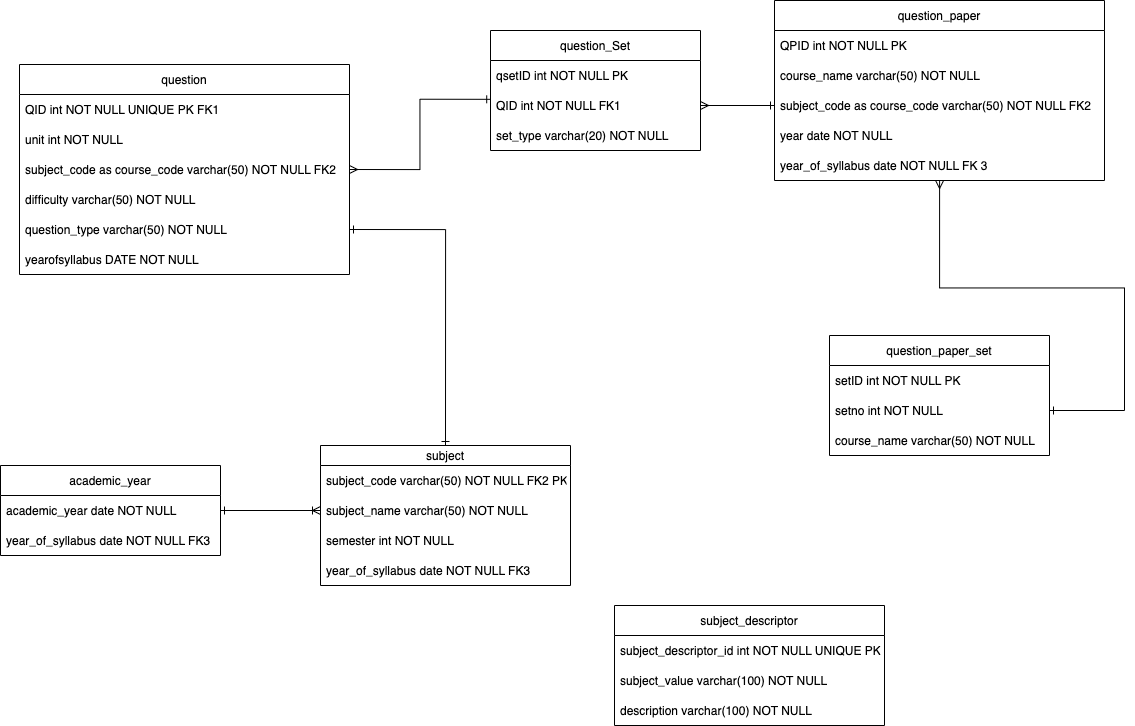
Above: erd/paper generator ERD.drawio.png in RayyanHunerkar/question-paper-generator (draw.io), before the change. Source tidied: cells renumbered, new cells last; positions are measured from the earlier drawing's top-left corner, leaving out a move shared by most shapes.
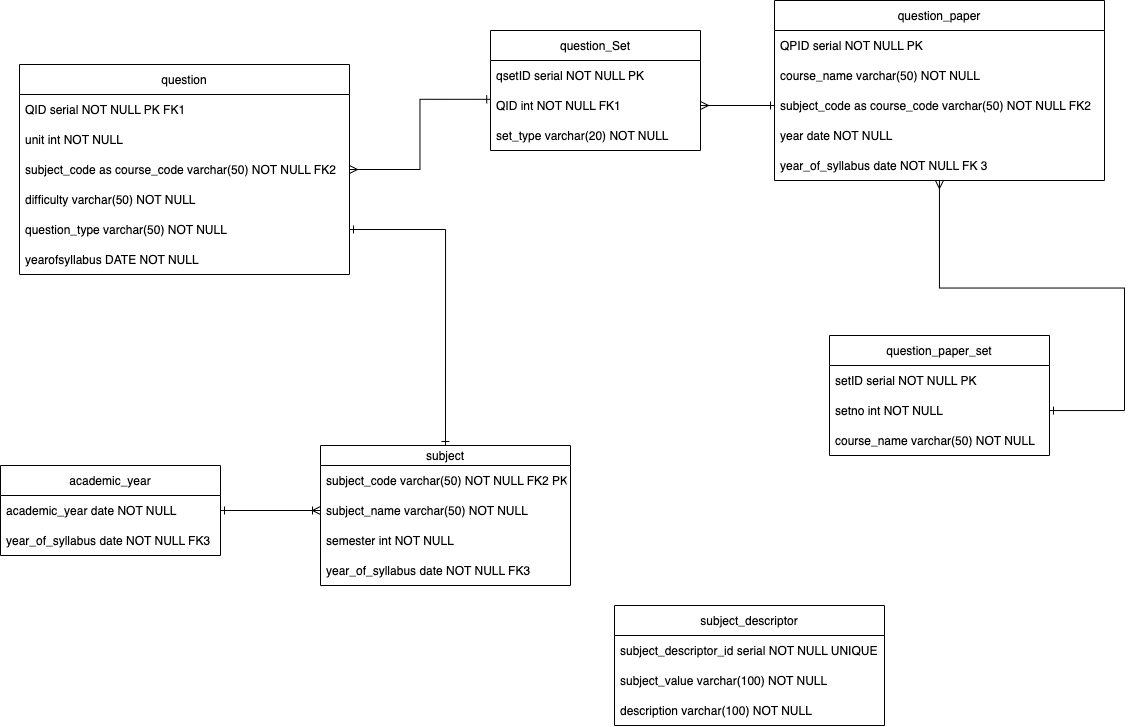
Above is the later version.

What changed in the source:
```diff
@@ -5,7 +5,7 @@
     <mxCell id="2" value="question" style="swimlane;fontStyle=0;horizontal=1;startSize=30;" parent="1" vertex="1">
       <mxGeometry x="19" y="64" width="330" height="210" as="geometry" />
     </mxCell>
-    <mxCell id="3" value="QID int NOT NULL UNIQUE PK FK1 " style="text;strokeColor=none;fillColor=none;align=left;verticalAlign=middle;spacingLeft=4;spacingRight=4;overflow=hidden;" parent="2" vertex="1">
+    <mxCell id="3" value="QID serial NOT NULL PK FK1 " style="text;strokeColor=none;fillColor=none;align=left;verticalAlign=middle;spacingLeft=4;spacingRight=4;overflow=hidden;" parent="2" vertex="1">
       <mxGeometry y="30" width="330" height="30" as="geometry" />
     </mxCell>
     <mxCell id="4" value="unit int NOT NULL" style="text;strokeColor=none;fillColor=none;align=left;verticalAlign=middle;spacingLeft=4;spacingRight=4;overflow=hidden;" parent="2" vertex="1">
@@ -32,7 +32,7 @@
     <mxCell id="11" value="question_paper" style="swimlane;fontStyle=0;horizontal=1;startSize=30;" parent="1" vertex="1">
       <mxGeometry x="774" width="330" height="180" as="geometry" />
     </mxCell>
-    <mxCell id="12" value="QPID int NOT NULL PK" style="text;strokeColor=none;fillColor=none;align=left;verticalAlign=middle;spacingLeft=4;spacingRight=4;overflow=hidden;" parent="11" vertex="1">
+    <mxCell id="12" value="QPID serial NOT NULL PK" style="text;strokeColor=none;fillColor=none;align=left;verticalAlign=middle;spacingLeft=4;spacingRight=4;overflow=hidden;" parent="11" vertex="1">
       <mxGeometry y="30" width="330" height="30" as="geometry" />
     </mxCell>
     <mxCell id="13" value="course_name varchar(50) NOT NULL" style="text;strokeColor=none;fillColor=none;align=left;verticalAlign=middle;spacingLeft=4;spacingRight=4;overflow=hidden;" parent="11" vertex="1">
@@ -53,7 +53,7 @@
     <mxCell id="18" value="question_paper_set" style="swimlane;fontStyle=0;horizontal=1;startSize=30;" parent="1" vertex="1">
       <mxGeometry x="829" y="335" width="220" height="120" as="geometry" />
     </mxCell>
-    <mxCell id="19" value="setID int NOT NULL PK" style="text;strokeColor=none;fillColor=none;align=left;verticalAlign=middle;spacingLeft=4;spacingRight=4;overflow=hidden;" parent="18" vertex="1">
+    <mxCell id="19" value="setID serial NOT NULL PK" style="text;strokeColor=none;fillColor=none;align=left;verticalAlign=middle;spacingLeft=4;spacingRight=4;overflow=hidden;" parent="18" vertex="1">
       <mxGeometry y="30" width="220" height="30" as="geometry" />
     </mxCell>
     <mxCell id="20" value="setno int NOT NULL" style="text;strokeColor=none;fillColor=none;align=left;verticalAlign=middle;spacingLeft=4;spacingRight=4;overflow=hidden;points=[[0,0.5],[1,0.5]];portConstraint=eastwest;" parent="18" vertex="1">
@@ -65,7 +65,7 @@
     <mxCell id="22" value="question_Set" style="swimlane;fontStyle=0;horizontal=1;startSize=30;" parent="1" vertex="1">
       <mxGeometry x="490" y="30" width="210" height="120" as="geometry" />
     </mxCell>
-    <mxCell id="23" value="qsetID int NOT NULL PK " style="text;strokeColor=none;fillColor=none;align=left;verticalAlign=middle;spacingLeft=4;spacingRight=4;overflow=hidden;" parent="22" vertex="1">
+    <mxCell id="23" value="qsetID serial NOT NULL PK " style="text;strokeColor=none;fillColor=none;align=left;verticalAlign=middle;spacingLeft=4;spacingRight=4;overflow=hidden;" parent="22" vertex="1">
       <mxGeometry y="30" width="210" height="30" as="geometry" />
     </mxCell>
     <mxCell id="24" value="QID int NOT NULL FK1" style="text;strokeColor=none;fillColor=none;align=left;verticalAlign=middle;spacingLeft=4;spacingRight=4;overflow=hidden;points=[[0,0.5],[1,0.5]];portConstraint=eastwest;" parent="22" vertex="1">
@@ -110,7 +110,7 @@
     <mxCell id="37" value="subject_descriptor" style="swimlane;fontStyle=0;horizontal=1;startSize=30;" parent="1" vertex="1">
       <mxGeometry x="614" y="605" width="270" height="120" as="geometry" />
     </mxCell>
-    <mxCell id="38" value="subject_descriptor_id int NOT NULL UNIQUE PK" style="text;strokeColor=none;fillColor=none;align=left;verticalAlign=middle;spacingLeft=4;spacingRight=4;overflow=hidden;" parent="37" vertex="1">
+    <mxCell id="38" value="subject_descriptor_id serial NOT NULL UNIQUE PK" style="text;strokeColor=none;fillColor=none;align=left;verticalAlign=middle;spacingLeft=4;spacingRight=4;overflow=hidden;" parent="37" vertex="1">
       <mxGeometry y="30" width="270" height="30" as="geometry" />
     </mxCell>
     <mxCell id="39" value="subject_value varchar(100) NOT NULL" style="text;strokeColor=none;fillColor=none;align=left;verticalAlign=middle;spacingLeft=4;spacingRight=4;overflow=hidden;" parent="37" vertex="1">
```
